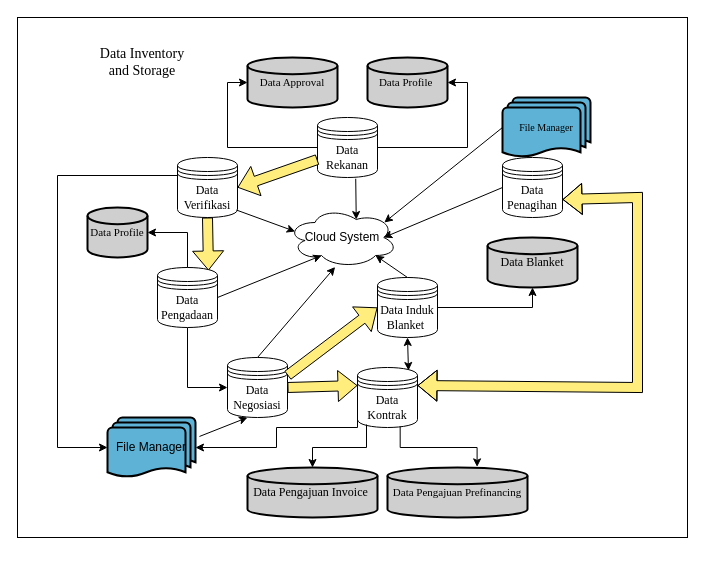
Above: Data_Inventory.drawio in Tian7877/Hanoi_Tower (draw.io), before the change. Source tidied: cells renumbered, new cells numbered last; positions are measured from the earlier drawing's top-left corner, leaving out a move shared by most shapes. Both pictures are drawn from the tidied source at 100%, with x=0, y=0 at pixel (17, 17).
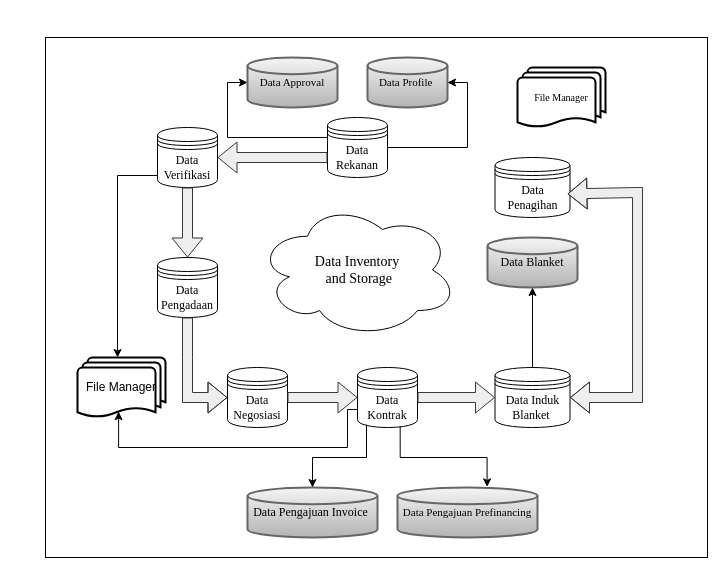
After the change.

The change refers to these unchanged cells:
```xml
<mxCell id="8" value="&lt;font face=&quot;Times New Roman&quot;&gt;Data Kontrak&lt;/font&gt;" style="shape=datastore;whiteSpace=wrap;html=1;" parent="1" vertex="1">
  <mxGeometry x="340" y="350" width="60" height="60" as="geometry" />
</mxCell>
```

Change to the diagram source:
```diff
@@
     <mxCell id="2" value="&lt;font face=&quot;Times New Roman&quot;&gt;Data Rekanan&lt;/font&gt;" style="shape=datastore;whiteSpace=wrap;html=1;" parent="1" vertex="1">
-      <mxGeometry x="300" y="100" width="60" height="60" as="geometry" />
+      <mxGeometry x="310" y="100" width="60" height="60" as="geometry" />
     </mxCell>
     <mxCell id="3" value="&lt;font face=&quot;Times New Roman&quot;&gt;Data Verifikasi&lt;/font&gt;" style="shape=datastore;whiteSpace=wrap;html=1;" parent="1" vertex="1">
-      <mxGeometry x="160" y="140" width="60" height="60" as="geometry" />
+      <mxGeometry x="140" y="110" width="60" height="60" as="geometry" />
     </mxCell>
     <mxCell id="4" value="&lt;font face=&quot;Times New Roman&quot;&gt;Data Penagihan&lt;/font&gt;" style="shape=datastore;whiteSpace=wrap;html=1;" parent="1" vertex="1">
-      <mxGeometry x="485" y="140" width="60" height="60" as="geometry" />
+      <mxGeometry x="477.5" y="140" width="75" height="60" as="geometry" />
     </mxCell>
-    <mxCell id="5" style="edgeStyle=orthogonalEdgeStyle;rounded=0;jettySize=auto;html=1;exitX=0.5;exitY=1;exitDx=0;exitDy=0;entryX=0;entryY=0.5;entryDx=0;entryDy=0;" parent="1" edge="1" source="6" target="7">
-      <mxGeometry relative="1" as="geometry" />
-    </mxCell>
     <mxCell id="6" value="&lt;font face=&quot;Times New Roman&quot;&gt;Data Pengadaan&lt;/font&gt;" style="shape=datastore;whiteSpace=wrap;html=1;" parent="1" vertex="1">
-      <mxGeometry x="140" y="250" width="60" height="60" as="geometry" />
+      <mxGeometry x="140" y="240" width="60" height="60" as="geometry" />
     </mxCell>
     <mxCell id="7" value="&lt;font face=&quot;Times New Roman&quot;&gt;Data Negosiasi&lt;/font&gt;" style="shape=datastore;whiteSpace=wrap;html=1;" parent="1" vertex="1">
-      <mxGeometry x="210" y="340" width="60" height="60" as="geometry" />
+      <mxGeometry x="210" y="350" width="60" height="60" as="geometry" />
     </mxCell>
+    <mxCell id="43" style="edgeStyle=orthogonalEdgeStyle;rounded=0;jettySize=auto;html=1;" parent="1" edge="1" source="8" target="7">
+      <mxGeometry relative="1" as="geometry" />
+    </mxCell>
@@
     <mxCell id="9" value="&lt;font face=&quot;Times New Roman&quot;&gt;Data Induk Blanket&amp;nbsp;&lt;/font&gt;" style="shape=datastore;whiteSpace=wrap;html=1;" parent="1" vertex="1">
-      <mxGeometry x="360" y="260" width="60" height="60" as="geometry" />
+      <mxGeometry x="477.5" y="350" width="75" height="60" as="geometry" />
     </mxCell>
-    <mxCell id="10" value="&lt;div style=&quot;&quot;&gt;&lt;span style=&quot;font-family: &amp;quot;Times New Roman&amp;quot;; background-color: initial;&quot;&gt;&lt;font style=&quot;font-size: 11px;&quot;&gt;Data Approval&lt;/font&gt;&lt;/span&gt;&lt;/div&gt;" style="strokeWidth=2;html=1;shape=mxgraph.flowchart.database;whiteSpace=wrap;align=center;fillColor=#CFCFCF;" parent="1" vertex="1">
+    <mxCell id="10" value="&lt;div style=&quot;&quot;&gt;&lt;span style=&quot;font-family: &amp;quot;Times New Roman&amp;quot;; background-color: initial;&quot;&gt;&lt;font style=&quot;font-size: 11px;&quot;&gt;Data Approval&lt;/font&gt;&lt;/span&gt;&lt;/div&gt;" style="strokeWidth=2;html=1;shape=mxgraph.flowchart.database;whiteSpace=wrap;align=center;fillColor=#f5f5f5;strokeColor=#666666;gradientColor=#b3b3b3;" parent="1" vertex="1">
       <mxGeometry x="230" y="40" width="90" height="50" as="geometry" />
     </mxCell>
-    <mxCell id="11" value="&lt;div style=&quot;&quot;&gt;&lt;span style=&quot;font-family: &amp;quot;Times New Roman&amp;quot;; background-color: initial;&quot;&gt;&lt;font style=&quot;font-size: 11px;&quot;&gt;Data Profile&amp;nbsp;&lt;/font&gt;&lt;/span&gt;&lt;/div&gt;" style="strokeWidth=2;html=1;shape=mxgraph.flowchart.database;whiteSpace=wrap;align=center;fillColor=#CFCFCF;" parent="1" vertex="1">
+    <mxCell id="11" value="&lt;div style=&quot;&quot;&gt;&lt;span style=&quot;font-family: &amp;quot;Times New Roman&amp;quot;; background-color: initial;&quot;&gt;&lt;font style=&quot;font-size: 11px;&quot;&gt;Data Profile&amp;nbsp;&lt;/font&gt;&lt;/span&gt;&lt;/div&gt;" style="strokeWidth=2;html=1;shape=mxgraph.flowchart.database;whiteSpace=wrap;align=center;fillColor=#f5f5f5;gradientColor=#b3b3b3;strokeColor=#666666;" parent="1" vertex="1">
       <mxGeometry x="350" y="40" width="80" height="50" as="geometry" />
     </mxCell>
-    <mxCell id="12" value="&lt;div style=&quot;&quot;&gt;&lt;span style=&quot;font-family: &amp;quot;Times New Roman&amp;quot;; background-color: initial;&quot;&gt;&lt;font style=&quot;font-size: 11px;&quot;&gt;Data Pengajuan Prefinancing&lt;/font&gt;&lt;/span&gt;&lt;/div&gt;" style="strokeWidth=2;html=1;shape=mxgraph.flowchart.database;whiteSpace=wrap;align=center;fillColor=#CFCFCF;" parent="1" vertex="1">
-      <mxGeometry x="370" y="450" width="140" height="50" as="geometry" />
+    <mxCell id="12" value="&lt;div style=&quot;&quot;&gt;&lt;span style=&quot;font-family: &amp;quot;Times New Roman&amp;quot;; background-color: initial;&quot;&gt;&lt;font style=&quot;font-size: 11px;&quot;&gt;Data Pengajuan Prefinancing&lt;/font&gt;&lt;/span&gt;&lt;/div&gt;" style="strokeWidth=2;html=1;shape=mxgraph.flowchart.database;whiteSpace=wrap;align=center;fillColor=#f5f5f5;gradientColor=#b3b3b3;strokeColor=#666666;" parent="1" vertex="1">
+      <mxGeometry x="380" y="470" width="140" height="50" as="geometry" />
     </mxCell>
-    <mxCell id="13" value="&lt;div style=&quot;&quot;&gt;&lt;span style=&quot;font-family: &amp;quot;Times New Roman&amp;quot;; background-color: initial;&quot;&gt;Data Pengajuan Invoice&amp;nbsp;&lt;/span&gt;&lt;/div&gt;" style="strokeWidth=2;html=1;shape=mxgraph.flowchart.database;whiteSpace=wrap;align=center;fillColor=#CFCFCF;" parent="1" vertex="1">
-      <mxGeometry x="230" y="450" width="130" height="50" as="geometry" />
+    <mxCell id="13" value="&lt;div style=&quot;&quot;&gt;&lt;span style=&quot;font-family: &amp;quot;Times New Roman&amp;quot;; background-color: initial;&quot;&gt;Data Pengajuan Invoice&amp;nbsp;&lt;/span&gt;&lt;/div&gt;" style="strokeWidth=2;html=1;shape=mxgraph.flowchart.database;whiteSpace=wrap;align=center;fillColor=#f5f5f5;gradientColor=#b3b3b3;strokeColor=#666666;" parent="1" vertex="1">
+      <mxGeometry x="230" y="470" width="130" height="50" as="geometry" />
     </mxCell>
-    <mxCell id="14" value="&lt;div style=&quot;&quot;&gt;&lt;span style=&quot;font-family: &amp;quot;Times New Roman&amp;quot;; background-color: initial;&quot;&gt;Data Blanket&lt;/span&gt;&lt;/div&gt;" style="strokeWidth=2;html=1;shape=mxgraph.flowchart.database;whiteSpace=wrap;align=center;fillColor=#CFCFCF;" parent="1" vertex="1">
+    <mxCell id="14" value="&lt;div style=&quot;&quot;&gt;&lt;span style=&quot;font-family: &amp;quot;Times New Roman&amp;quot;; background-color: initial;&quot;&gt;Data Blanket&lt;/span&gt;&lt;/div&gt;" style="strokeWidth=2;html=1;shape=mxgraph.flowchart.database;whiteSpace=wrap;align=center;fillColor=#f5f5f5;gradientColor=#b3b3b3;strokeColor=#666666;" parent="1" vertex="1">
       <mxGeometry x="470" y="220" width="90" height="50" as="geometry" />
     </mxCell>
-    <mxCell id="15" value="&lt;div style=&quot;&quot;&gt;&lt;span style=&quot;font-family: &amp;quot;Times New Roman&amp;quot;; background-color: initial;&quot;&gt;&lt;font style=&quot;font-size: 11px;&quot;&gt;Data Profile&lt;/font&gt;&lt;/span&gt;&lt;/div&gt;" style="strokeWidth=2;html=1;shape=mxgraph.flowchart.database;whiteSpace=wrap;align=center;fillColor=#CFCFCF;" parent="1" vertex="1">
-      <mxGeometry x="70" y="190" width="60" height="50" as="geometry" />
-    </mxCell>
-    <mxCell id="16" style="edgeStyle=orthogonalEdgeStyle;rounded=0;jettySize=auto;html=1;exitX=0.5;exitY=0;exitDx=0;exitDy=0;entryX=1;entryY=0.5;entryDx=0;entryDy=0;entryPerimeter=0;" parent="1" edge="1" source="6" target="15">
-      <mxGeometry relative="1" as="geometry" />
-    </mxCell>
@@
-    <mxCell id="19" style="edgeStyle=orthogonalEdgeStyle;rounded=0;jettySize=auto;html=1;exitX=1;exitY=0.5;exitDx=0;exitDy=0;entryX=0.5;entryY=1;entryDx=0;entryDy=0;entryPerimeter=0;" parent="1" edge="1" source="9" target="14">
+    <mxCell id="19" style="edgeStyle=orthogonalEdgeStyle;rounded=0;jettySize=auto;html=1;exitX=0.5;exitY=0;exitDx=0;exitDy=0;entryX=0.5;entryY=1;entryDx=0;entryDy=0;entryPerimeter=0;" parent="1" edge="1" source="9" target="14">
       <mxGeometry relative="1" as="geometry" />
     </mxCell>
@@
     <mxCell id="21" style="edgeStyle=orthogonalEdgeStyle;rounded=0;jettySize=auto;html=1;exitX=0;exitY=0.5;exitDx=0;exitDy=0;entryX=0;entryY=0.5;entryDx=0;entryDy=0;entryPerimeter=0;" parent="1" edge="1" source="2" target="10">
-      <mxGeometry relative="1" as="geometry" />
+      <mxGeometry relative="1" as="geometry">
+        <Array as="points">
+          <mxPoint x="310" y="120" />
+          <mxPoint x="210" y="120" />
+          <mxPoint x="210" y="65" />
+        </Array>
+      </mxGeometry>
     </mxCell>
-    <mxCell id="22" style="shape=flexArrow;endArrow=classic;html=1;rounded=0;entryX=1;entryY=0.5;entryDx=0;entryDy=0;exitX=0;exitY=0.7;exitDx=0;exitDy=0;fillColor=#FFEE7D;" parent="1" edge="1" source="2" target="3">
-      <mxGeometry relative="1" as="geometry" />
+    <mxCell id="22" style="shape=flexArrow;endArrow=classic;html=1;rounded=0;entryX=1;entryY=0.5;entryDx=0;entryDy=0;fillColor=#eeeeee;strokeColor=#36393d;" parent="1" edge="1" target="3">
+      <mxGeometry relative="1" as="geometry">
+        <mxPoint x="310" y="140" as="sourcePoint" />
+      </mxGeometry>
     </mxCell>
-    <mxCell id="23" style="shape=flexArrow;endArrow=classic;html=1;rounded=0;entryX=0.85;entryY=0.05;entryDx=0;entryDy=0;exitX=0.5;exitY=1;exitDx=0;exitDy=0;entryPerimeter=0;fillColor=#FFEE7D;" parent="1" edge="1" source="3" target="6">
+    <mxCell id="23" style="shape=flexArrow;endArrow=classic;html=1;rounded=0;entryX=0.5;entryY=0;entryDx=0;entryDy=0;exitX=0.5;exitY=1;exitDx=0;exitDy=0;fillColor=#eeeeee;strokeColor=#36393d;" parent="1" edge="1" source="3" target="6">
       <mxGeometry relative="1" as="geometry" />
     </mxCell>
-    <mxCell id="24" style="shape=flexArrow;endArrow=classic;html=1;rounded=0;exitX=1;exitY=0.5;exitDx=0;exitDy=0;entryX=0;entryY=0.3;entryDx=0;entryDy=0;fillColor=#FFEE7D;" parent="1" edge="1" source="7" target="8">
+    <mxCell id="24" style="shape=flexArrow;endArrow=classic;html=1;rounded=0;exitX=1;exitY=0.5;exitDx=0;exitDy=0;fillColor=#eeeeee;entryX=0;entryY=0.5;entryDx=0;entryDy=0;strokeColor=#36393d;" parent="1" edge="1" source="7" target="8">
       <mxGeometry relative="1" as="geometry" />
     </mxCell>
-    <mxCell id="25" style="shape=flexArrow;endArrow=classic;html=1;rounded=0;exitX=1;exitY=0.3;exitDx=0;exitDy=0;entryX=0;entryY=0.5;entryDx=0;entryDy=0;fillColor=#FFEE7D;" parent="1" edge="1" source="7" target="9">
-      <mxGeometry relative="1" as="geometry" />
-    </mxCell>
-    <mxCell id="26" style="shape=flexArrow;endArrow=classic;startArrow=classic;html=1;rounded=0;exitX=1;exitY=0.3;exitDx=0;exitDy=0;entryX=1;entryY=0.7;entryDx=0;entryDy=0;fillColor=#FFEE7D;" parent="1" edge="1" source="8" target="4">
+    <mxCell id="26" style="shape=flexArrow;endArrow=classic;startArrow=classic;html=1;rounded=0;fillColor=#eeeeee;exitX=1;exitY=0.5;exitDx=0;exitDy=0;entryX=0.966;entryY=0.607;entryDx=0;entryDy=0;entryPerimeter=0;strokeColor=#36393d;" parent="1" edge="1" source="9" target="4">
       <mxGeometry relative="1" as="geometry">
         <Array as="points">
-          <mxPoint x="620" y="370" />
-          <mxPoint x="620" y="180" />
+          <mxPoint x="620" y="380" />
+          <mxPoint x="620" y="175" />
         </Array>
       </mxGeometry>
     </mxCell>
-    <mxCell id="27" style="endArrow=classic;startArrow=classic;html=1;rounded=0;entryX=0.5;entryY=1;entryDx=0;entryDy=0;exitX=0.85;exitY=0.05;exitDx=0;exitDy=0;exitPerimeter=0;" parent="1" edge="1" source="8" target="9">
-      <mxGeometry relative="1" as="geometry" />
-    </mxCell>
-    <mxCell id="28" value="&lt;font style=&quot;font-size: 10px;&quot; face=&quot;Times New Roman&quot;&gt;File Manager&lt;/font&gt;" style="strokeWidth=2;html=1;shape=mxgraph.flowchart.multi-document;whiteSpace=wrap;fillColor=#5EB2D6;" parent="1" vertex="1">
-      <mxGeometry x="485" y="80" width="88" height="60" as="geometry" />
+    <mxCell id="28" value="&lt;font style=&quot;font-size: 10px;&quot; face=&quot;Times New Roman&quot;&gt;File Manager&lt;/font&gt;" style="strokeWidth=2;html=1;shape=mxgraph.flowchart.multi-document;whiteSpace=wrap;" parent="1" vertex="1">
+      <mxGeometry x="500" y="50" width="88" height="60" as="geometry" />
     </mxCell>
-    <mxCell id="29" value="Cloud System" style="ellipse;shape=cloud;whiteSpace=wrap;html=1;" parent="1" vertex="1">
-      <mxGeometry x="270" y="190" width="110" height="60" as="geometry" />
+    <mxCell id="29" value="&lt;br&gt;&lt;span style=&quot;color: rgb(0, 0, 0); font-family: &amp;quot;Times New Roman&amp;quot;; font-size: 14px; font-style: normal; font-variant-ligatures: normal; font-variant-caps: normal; font-weight: 400; letter-spacing: normal; orphans: 2; text-align: center; text-indent: 0px; text-transform: none; widows: 2; word-spacing: 0px; -webkit-text-stroke-width: 0px; white-space: normal; background-color: rgb(251, 251, 251); text-decoration-thickness: initial; text-decoration-style: initial; text-decoration-color: initial; display: inline !important; float: none;&quot;&gt;Data Inventory&lt;/span&gt;&lt;div&gt;&lt;span style=&quot;color: rgb(0, 0, 0); font-family: &amp;quot;Times New Roman&amp;quot;; font-size: 14px; font-style: normal; font-variant-ligatures: normal; font-variant-caps: normal; font-weight: 400; letter-spacing: normal; orphans: 2; text-align: center; text-indent: 0px; text-transform: none; widows: 2; word-spacing: 0px; -webkit-text-stroke-width: 0px; white-space: normal; background-color: rgb(251, 251, 251); text-decoration-thickness: initial; text-decoration-style: initial; text-decoration-color: initial; display: inline !important; float: none;&quot;&gt;&amp;nbsp;and Storage&lt;/span&gt;&lt;br&gt;&lt;br&gt;&lt;/div&gt;" style="ellipse;shape=cloud;whiteSpace=wrap;html=1;" parent="1" vertex="1">
+      <mxGeometry x="240" y="185" width="200" height="135" as="geometry" />
     </mxCell>
-    <mxCell id="30" style="endArrow=classic;html=1;rounded=0;entryX=0.88;entryY=0.25;entryDx=0;entryDy=0;entryPerimeter=0;exitX=0;exitY=0.5;exitDx=0;exitDy=0;exitPerimeter=0;" parent="1" edge="1" source="28" target="29">
-      <mxGeometry relative="1" as="geometry" />
-    </mxCell>
-    <mxCell id="31" style="endArrow=classic;html=1;rounded=0;exitX=0;exitY=0.5;exitDx=0;exitDy=0;entryX=0.875;entryY=0.5;entryDx=0;entryDy=0;entryPerimeter=0;" parent="1" edge="1" source="4" target="29">
-      <mxGeometry relative="1" as="geometry" />
-    </mxCell>
-    <mxCell id="32" style="endArrow=classic;html=1;rounded=0;exitX=0.637;exitY=1.021;exitDx=0;exitDy=0;exitPerimeter=0;entryX=0.625;entryY=0.2;entryDx=0;entryDy=0;entryPerimeter=0;" parent="1" edge="1" source="2" target="29">
-      <mxGeometry relative="1" as="geometry" />
-    </mxCell>
-    <mxCell id="33" style="endArrow=classic;html=1;rounded=0;exitX=0.5;exitY=0;exitDx=0;exitDy=0;entryX=0.8;entryY=0.8;entryDx=0;entryDy=0;entryPerimeter=0;" parent="1" edge="1" source="9" target="29">
-      <mxGeometry relative="1" as="geometry" />
-    </mxCell>
-    <mxCell id="34" style="endArrow=classic;html=1;rounded=0;exitX=1;exitY=0.5;exitDx=0;exitDy=0;entryX=0.31;entryY=0.8;entryDx=0;entryDy=0;entryPerimeter=0;" parent="1" edge="1" source="6" target="29">
-      <mxGeometry relative="1" as="geometry" />
-    </mxCell>
-    <mxCell id="35" style="endArrow=classic;html=1;rounded=0;exitX=0.5;exitY=0;exitDx=0;exitDy=0;entryX=0.433;entryY=0.992;entryDx=0;entryDy=0;entryPerimeter=0;" parent="1" edge="1" source="7" target="29">
-      <mxGeometry relative="1" as="geometry" />
-    </mxCell>
-    <mxCell id="36" style="endArrow=classic;html=1;rounded=0;exitX=0.981;exitY=0.875;exitDx=0;exitDy=0;exitPerimeter=0;entryX=0.07;entryY=0.4;entryDx=0;entryDy=0;entryPerimeter=0;" parent="1" edge="1" source="3" target="29">
-      <mxGeometry relative="1" as="geometry" />
-    </mxCell>
-    <mxCell id="37" value="File Manager" style="strokeWidth=2;html=1;shape=mxgraph.flowchart.multi-document;whiteSpace=wrap;fillColor=#5EB2D6;" parent="1" vertex="1">
-      <mxGeometry x="90" y="400" width="88" height="60" as="geometry" />
+    <mxCell id="37" value="File Manager" style="strokeWidth=2;html=1;shape=mxgraph.flowchart.multi-document;whiteSpace=wrap;" parent="1" vertex="1">
+      <mxGeometry x="60" y="340" width="88" height="60" as="geometry" />
     </mxCell>
-    <mxCell id="38" style="endArrow=classic;html=1;rounded=0;exitX=1.045;exitY=0.316;exitDx=0;exitDy=0;exitPerimeter=0;" parent="1" edge="1" source="37">
-      <mxGeometry relative="1" as="geometry">
-        <mxPoint x="230" y="400" as="targetPoint" />
-      </mxGeometry>
-    </mxCell>
-    <mxCell id="39" style="edgeStyle=orthogonalEdgeStyle;rounded=0;jettySize=auto;html=1;exitX=0;exitY=0.3;exitDx=0;exitDy=0;entryX=0;entryY=0.5;entryDx=0;entryDy=0;entryPerimeter=0;" parent="1" edge="1" source="3" target="37">
+    <mxCell id="39" style="edgeStyle=orthogonalEdgeStyle;rounded=0;jettySize=auto;html=1;exitX=0;exitY=0.3;exitDx=0;exitDy=0;entryX=0.455;entryY=0;entryDx=0;entryDy=0;entryPerimeter=0;" parent="1" edge="1" source="3" target="37">
       <mxGeometry relative="1" as="geometry">
         <Array as="points">
-          <mxPoint x="40" y="158" />
-          <mxPoint x="40" y="430" />
+          <mxPoint x="140" y="158" />
+          <mxPoint x="100" y="158" />
         </Array>
       </mxGeometry>
     </mxCell>
-    <mxCell id="40" style="edgeStyle=orthogonalEdgeStyle;rounded=0;jettySize=auto;html=1;exitX=0;exitY=0.7;exitDx=0;exitDy=0;entryX=1;entryY=0.5;entryDx=0;entryDy=0;entryPerimeter=0;" parent="1" edge="1" source="8" target="37">
+    <mxCell id="40" style="edgeStyle=orthogonalEdgeStyle;rounded=0;jettySize=auto;html=1;exitX=0;exitY=0.7;exitDx=0;exitDy=0;entryX=0.467;entryY=0.902;entryDx=0;entryDy=0;entryPerimeter=0;" parent="1" edge="1" source="8" target="37">
       <mxGeometry relative="1" as="geometry">
         <Array as="points">
-          <mxPoint x="340" y="410" />
-          <mxPoint x="259" y="410" />
-          <mxPoint x="259" y="430" />
+          <mxPoint x="330" y="392" />
+          <mxPoint x="330" y="430" />
+          <mxPoint x="101" y="430" />
         </Array>
       </mxGeometry>
     </mxCell>
-    <mxCell id="41" value="&lt;font style=&quot;font-size: 14px;&quot; face=&quot;Times New Roman&quot;&gt;Data Inventory and Storage&lt;/font&gt;" style="text;html=1;align=center;verticalAlign=middle;whiteSpace=wrap;rounded=0;" parent="1" vertex="1">
-      <mxGeometry x="80" y="30" width="90" height="30" as="geometry" />
-    </mxCell>
-    <mxCell id="42" style="rounded=0;whiteSpace=wrap;html=1;fillColor=none;" parent="1" vertex="1">
-      <mxGeometry width="670" height="520" as="geometry" />
-    </mxCell>
+    <mxCell id="5" style="shape=flexArrow;endArrow=classic;html=1;rounded=0;exitX=0.5;exitY=1;exitDx=0;exitDy=0;fillColor=#eeeeee;entryX=0;entryY=0.5;entryDx=0;entryDy=0;strokeColor=#36393d;" parent="1" edge="1" source="6" target="7">
+      <mxGeometry relative="1" as="geometry">
+        <Array as="points">
+          <mxPoint x="170" y="340" />
+          <mxPoint x="170" y="380" />
+        </Array>
+      </mxGeometry>
+    </mxCell>
+    <mxCell id="27" style="shape=flexArrow;endArrow=classic;html=1;rounded=0;exitX=1;exitY=0.5;exitDx=0;exitDy=0;fillColor=#eeeeee;entryX=0;entryY=0.5;entryDx=0;entryDy=0;strokeColor=#36393d;" parent="1" edge="1" source="8" target="9">
+      <mxGeometry relative="1" as="geometry" />
+    </mxCell>
+    <mxCell id="44" style="rounded=0;whiteSpace=wrap;html=1;fillColor=none;" parent="1" vertex="1">
+      <mxGeometry x="28" y="20" width="662" height="520" as="geometry" />
+    </mxCell>
```
